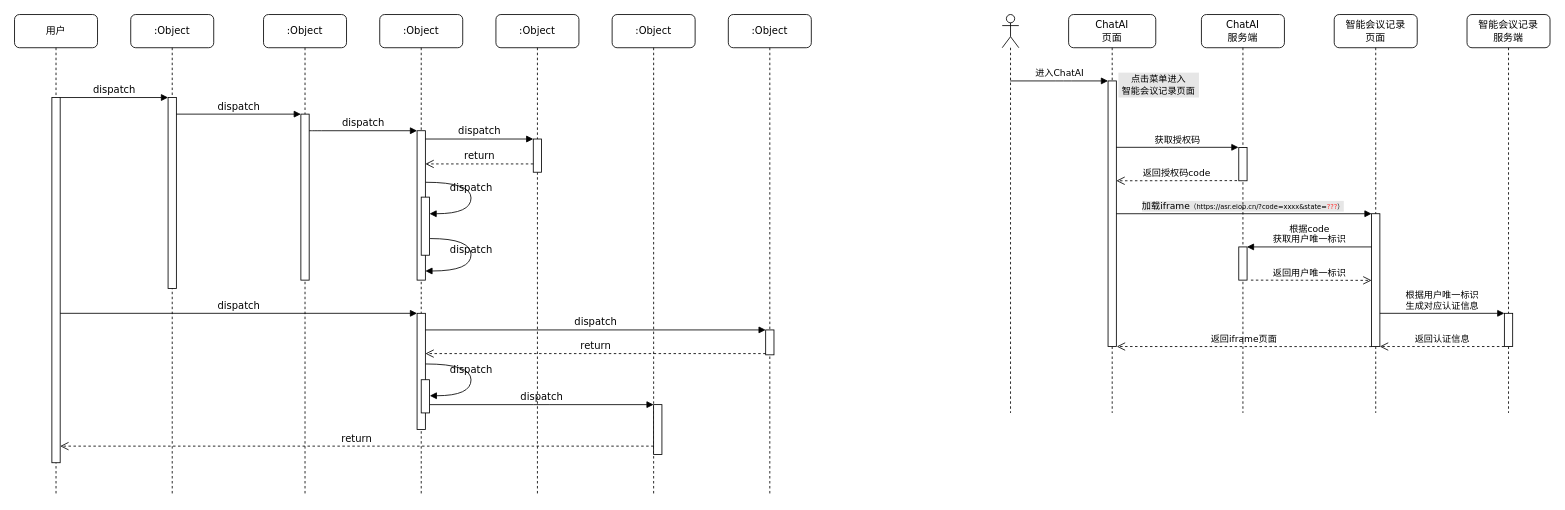
The draw.io diagram 单点登录策略.drawio in Qunz/drawio, before the edit. Source tidied: cells renumbered, new cells numbered last; positions are measured from the earlier drawing's top-left corner, leaving out a move shared by most shapes. Both pictures are drawn from the tidied source at 83%, with x=0, y=0 at pixel (14, 14).
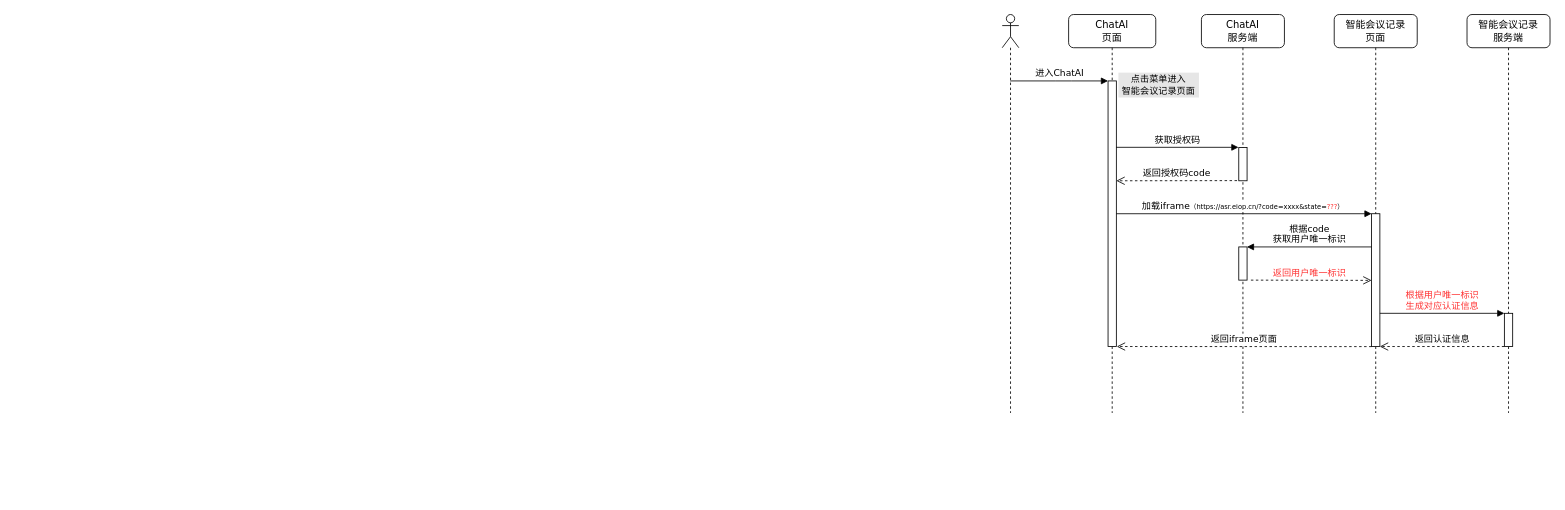
The same page after the edit.

Commit message (it also covers changes not shown here):
更新单点登录策略.drawio

Unchanged cells that the change refers to:
```xml
<mxCell id="32" value="ChatAI&lt;br&gt;页面" style="shape=umlLifeline;perimeter=lifelinePerimeter;whiteSpace=wrap;html=1;rounded=1;shadow=0;comic=0;labelBackgroundColor=none;strokeWidth=1;fontFamily=Verdana;fontSize=12;align=center;" parent="1" vertex="1">
  <mxGeometry x="1270" width="105" height="480" as="geometry" />
</mxCell>
<mxCell id="41" value="&lt;span style=&quot;text-wrap-mode: nowrap;&quot;&gt;智能会议记录&lt;/span&gt;&lt;div&gt;&lt;span style=&quot;text-wrap-mode: nowrap;&quot;&gt;页面&lt;/span&gt;&lt;/div&gt;" style="shape=umlLifeline;perimeter=lifelinePerimeter;whiteSpace=wrap;html=1;rounded=1;shadow=0;comic=0;labelBackgroundColor=none;strokeWidth=1;fontFamily=Verdana;fontSize=12;align=center;" parent="1" vertex="1">
  <mxGeometry x="1590" width="100" height="480" as="geometry" />
</mxCell>
<mxCell id="42" style="html=1;points=[];perimeter=orthogonalPerimeter;rounded=0;shadow=0;comic=0;labelBackgroundColor=none;strokeColor=#000000;strokeWidth=1;fillColor=#FFFFFF;fontFamily=Verdana;fontSize=11;fontColor=#000000;align=center;" parent="41" vertex="1">
  <mxGeometry x="45" y="240" width="10" height="160" as="geometry" />
</mxCell>
<mxCell id="48" value="&lt;span style=&quot;text-wrap-mode: nowrap;&quot;&gt;智能会议记录&lt;/span&gt;&lt;div&gt;&lt;span style=&quot;text-wrap-mode: nowrap;&quot;&gt;服务端&lt;/span&gt;&lt;/div&gt;" style="shape=umlLifeline;perimeter=lifelinePerimeter;whiteSpace=wrap;html=1;rounded=1;shadow=0;comic=0;labelBackgroundColor=none;strokeWidth=1;fontFamily=Verdana;fontSize=12;align=center;" parent="1" vertex="1">
  <mxGeometry x="1750" width="100" height="480" as="geometry" />
</mxCell>
<mxCell id="50" style="html=1;points=[];perimeter=orthogonalPerimeter;rounded=0;shadow=0;comic=0;labelBackgroundColor=none;strokeColor=#000000;strokeWidth=1;fillColor=#FFFFFF;fontFamily=Verdana;fontSize=11;fontColor=#000000;align=center;" parent="48" vertex="1">
  <mxGeometry x="45" y="360" width="10" height="40" as="geometry" />
</mxCell>
```

What changed in the source:
```diff
@@
-    <mxCell id="2" value=":Object" style="shape=umlLifeline;perimeter=lifelinePerimeter;whiteSpace=wrap;html=1;rounded=1;shadow=0;comic=0;labelBackgroundColor=none;strokeWidth=1;fontFamily=Verdana;fontSize=12;align=center;" parent="1" vertex="1">
-      <mxGeometry x="140" width="100" height="580" as="geometry" />
-    </mxCell>
-    <mxCell id="3" style="html=1;points=[];perimeter=orthogonalPerimeter;rounded=0;shadow=0;comic=0;labelBackgroundColor=none;strokeWidth=1;fontFamily=Verdana;fontSize=12;align=center;" parent="2" vertex="1">
-      <mxGeometry x="45" y="100" width="10" height="230" as="geometry" />
-    </mxCell>
-    <mxCell id="4" value=":Object" style="shape=umlLifeline;perimeter=lifelinePerimeter;whiteSpace=wrap;html=1;rounded=1;shadow=0;comic=0;labelBackgroundColor=none;strokeWidth=1;fontFamily=Verdana;fontSize=12;align=center;" parent="1" vertex="1">
-      <mxGeometry x="300" width="100" height="580" as="geometry" />
-    </mxCell>
-    <mxCell id="5" style="html=1;points=[];perimeter=orthogonalPerimeter;rounded=0;shadow=0;comic=0;labelBackgroundColor=none;strokeWidth=1;fontFamily=Verdana;fontSize=12;align=center;" parent="4" vertex="1">
-      <mxGeometry x="45" y="120" width="10" height="200" as="geometry" />
-    </mxCell>
-    <mxCell id="6" value=":Object" style="shape=umlLifeline;perimeter=lifelinePerimeter;whiteSpace=wrap;html=1;rounded=1;shadow=0;comic=0;labelBackgroundColor=none;strokeWidth=1;fontFamily=Verdana;fontSize=12;align=center;" parent="1" vertex="1">
-      <mxGeometry x="440" width="100" height="580" as="geometry" />
-    </mxCell>
-    <mxCell id="7" value=":Object" style="shape=umlLifeline;perimeter=lifelinePerimeter;whiteSpace=wrap;html=1;rounded=1;shadow=0;comic=0;labelBackgroundColor=none;strokeWidth=1;fontFamily=Verdana;fontSize=12;align=center;" parent="1" vertex="1">
-      <mxGeometry x="580" width="100" height="580" as="geometry" />
-    </mxCell>
-    <mxCell id="8" value=":Object" style="shape=umlLifeline;perimeter=lifelinePerimeter;whiteSpace=wrap;html=1;rounded=1;shadow=0;comic=0;labelBackgroundColor=none;strokeWidth=1;fontFamily=Verdana;fontSize=12;align=center;" parent="1" vertex="1">
-      <mxGeometry x="720" width="100" height="580" as="geometry" />
-    </mxCell>
-    <mxCell id="9" value=":Object" style="shape=umlLifeline;perimeter=lifelinePerimeter;whiteSpace=wrap;html=1;rounded=1;shadow=0;comic=0;labelBackgroundColor=none;strokeWidth=1;fontFamily=Verdana;fontSize=12;align=center;" parent="1" vertex="1">
-      <mxGeometry x="860" width="100" height="580" as="geometry" />
-    </mxCell>
-    <mxCell id="10" value="用户" style="shape=umlLifeline;perimeter=lifelinePerimeter;whiteSpace=wrap;html=1;rounded=1;shadow=0;comic=0;labelBackgroundColor=none;strokeWidth=1;fontFamily=Verdana;fontSize=12;align=center;" parent="1" vertex="1">
-      <mxGeometry width="100" height="580" as="geometry" />
-    </mxCell>
-    <mxCell id="11" style="html=1;points=[];perimeter=orthogonalPerimeter;rounded=0;shadow=0;comic=0;labelBackgroundColor=none;strokeWidth=1;fontFamily=Verdana;fontSize=12;align=center;" parent="10" vertex="1">
-      <mxGeometry x="45" y="100" width="10" height="440" as="geometry" />
-    </mxCell>
-    <mxCell id="12" style="html=1;points=[];perimeter=orthogonalPerimeter;rounded=0;shadow=0;comic=0;labelBackgroundColor=none;strokeWidth=1;fontFamily=Verdana;fontSize=12;align=center;" parent="1" vertex="1">
-      <mxGeometry x="485" y="140" width="10" height="180" as="geometry" />
-    </mxCell>
-    <mxCell id="13" value="dispatch" style="html=1;verticalAlign=bottom;endArrow=block;labelBackgroundColor=none;fontFamily=Verdana;fontSize=12;edgeStyle=elbowEdgeStyle;elbow=vertical;" parent="1" edge="1" source="5" target="12">
-      <mxGeometry relative="1" as="geometry">
-        <Array as="points">
-          <mxPoint x="360" y="140" />
-        </Array>
-      </mxGeometry>
-    </mxCell>
-    <mxCell id="14" style="html=1;points=[];perimeter=orthogonalPerimeter;rounded=0;shadow=0;comic=0;labelBackgroundColor=none;strokeWidth=1;fontFamily=Verdana;fontSize=12;align=center;" parent="1" vertex="1">
-      <mxGeometry x="625" y="150" width="10" height="40" as="geometry" />
-    </mxCell>
-    <mxCell id="15" value="dispatch" style="html=1;verticalAlign=bottom;endArrow=block;entryX=0;entryY=0;labelBackgroundColor=none;fontFamily=Verdana;fontSize=12;edgeStyle=elbowEdgeStyle;elbow=vertical;" parent="1" edge="1" source="12" target="14">
-      <mxGeometry relative="1" as="geometry" />
-    </mxCell>
-    <mxCell id="16" value="return" style="html=1;verticalAlign=bottom;endArrow=open;dashed=1;endSize=8;labelBackgroundColor=none;fontFamily=Verdana;fontSize=12;edgeStyle=elbowEdgeStyle;elbow=vertical;" parent="1" edge="1" source="14" target="12">
-      <mxGeometry relative="1" as="geometry">
-        <Array as="points">
-          <mxPoint x="570" y="180" />
-          <mxPoint x="600" y="180" />
-        </Array>
-      </mxGeometry>
-    </mxCell>
-    <mxCell id="17" style="html=1;points=[];perimeter=orthogonalPerimeter;rounded=0;shadow=0;comic=0;labelBackgroundColor=none;strokeWidth=1;fontFamily=Verdana;fontSize=12;align=center;" parent="1" vertex="1">
-      <mxGeometry x="485" y="360" width="10" height="140" as="geometry" />
-    </mxCell>
-    <mxCell id="18" value="dispatch" style="html=1;verticalAlign=bottom;endArrow=block;entryX=0;entryY=0;labelBackgroundColor=none;fontFamily=Verdana;fontSize=12;" parent="1" edge="1" source="11" target="17">
-      <mxGeometry relative="1" as="geometry" />
-    </mxCell>
-    <mxCell id="19" style="html=1;points=[];perimeter=orthogonalPerimeter;rounded=0;shadow=0;comic=0;labelBackgroundColor=none;strokeColor=#000000;strokeWidth=1;fillColor=#FFFFFF;fontFamily=Verdana;fontSize=12;fontColor=#000000;align=center;" parent="1" vertex="1">
-      <mxGeometry x="905" y="380" width="10" height="30" as="geometry" />
-    </mxCell>
-    <mxCell id="20" value="dispatch" style="html=1;verticalAlign=bottom;endArrow=block;entryX=0;entryY=0;labelBackgroundColor=none;fontFamily=Verdana;fontSize=12;" parent="1" edge="1" source="17" target="19">
-      <mxGeometry relative="1" as="geometry" />
-    </mxCell>
-    <mxCell id="21" value="return" style="html=1;verticalAlign=bottom;endArrow=open;dashed=1;endSize=8;exitX=0;exitY=0.95;labelBackgroundColor=none;fontFamily=Verdana;fontSize=12;" parent="1" edge="1" source="19" target="17">
-      <mxGeometry relative="1" as="geometry" />
-    </mxCell>
-    <mxCell id="22" style="html=1;points=[];perimeter=orthogonalPerimeter;rounded=0;shadow=0;comic=0;labelBackgroundColor=none;strokeWidth=1;fontFamily=Verdana;fontSize=12;align=center;" parent="1" vertex="1">
-      <mxGeometry x="770" y="470" width="10" height="60" as="geometry" />
-    </mxCell>
-    <mxCell id="23" value="dispatch" style="html=1;verticalAlign=bottom;endArrow=block;entryX=0;entryY=0;labelBackgroundColor=none;fontFamily=Verdana;fontSize=12;edgeStyle=elbowEdgeStyle;elbow=vertical;" parent="1" edge="1" source="30" target="22">
-      <mxGeometry relative="1" as="geometry" />
-    </mxCell>
-    <mxCell id="24" value="return" style="html=1;verticalAlign=bottom;endArrow=open;dashed=1;endSize=8;labelBackgroundColor=none;fontFamily=Verdana;fontSize=12;edgeStyle=elbowEdgeStyle;elbow=vertical;" parent="1" edge="1" source="22" target="11">
-      <mxGeometry relative="1" as="geometry">
-        <Array as="points">
-          <mxPoint x="470" y="520" />
-        </Array>
-      </mxGeometry>
-    </mxCell>
-    <mxCell id="25" value="dispatch" style="html=1;verticalAlign=bottom;endArrow=block;entryX=0;entryY=0;labelBackgroundColor=none;fontFamily=Verdana;fontSize=12;edgeStyle=elbowEdgeStyle;elbow=vertical;" parent="1" edge="1" source="11" target="3">
-      <mxGeometry relative="1" as="geometry" />
-    </mxCell>
-    <mxCell id="26" value="dispatch" style="html=1;verticalAlign=bottom;endArrow=block;entryX=0;entryY=0;labelBackgroundColor=none;fontFamily=Verdana;fontSize=12;edgeStyle=elbowEdgeStyle;elbow=vertical;" parent="1" edge="1" source="3" target="5">
-      <mxGeometry relative="1" as="geometry" />
-    </mxCell>
-    <mxCell id="27" style="html=1;points=[];perimeter=orthogonalPerimeter;rounded=0;shadow=0;comic=0;labelBackgroundColor=none;strokeWidth=1;fontFamily=Verdana;fontSize=12;align=center;" parent="1" vertex="1">
-      <mxGeometry x="490" y="220" width="10" height="70" as="geometry" />
-    </mxCell>
-    <mxCell id="28" value="dispatch" style="html=1;verticalAlign=bottom;endArrow=block;labelBackgroundColor=none;fontFamily=Verdana;fontSize=12;elbow=vertical;edgeStyle=orthogonalEdgeStyle;curved=1;entryX=1;entryY=0.286;entryPerimeter=0;exitX=1.038;exitY=0.345;exitPerimeter=0;" parent="1" edge="1" source="12" target="27">
-      <mxGeometry relative="1" as="geometry">
-        <Array as="points">
-          <mxPoint x="550" y="202" />
-          <mxPoint x="550" y="240" />
-        </Array>
-      </mxGeometry>
-    </mxCell>
-    <mxCell id="29" value="dispatch" style="html=1;verticalAlign=bottom;endArrow=block;labelBackgroundColor=none;fontFamily=Verdana;fontSize=12;elbow=vertical;edgeStyle=orthogonalEdgeStyle;curved=1;exitX=1.066;exitY=0.713;exitPerimeter=0;" parent="1" edge="1" source="27">
-      <mxGeometry relative="1" as="geometry">
-        <mxPoint x="495" y="309" as="targetPoint" />
-        <Array as="points">
-          <mxPoint x="550" y="270" />
-          <mxPoint x="550" y="309" />
-        </Array>
-      </mxGeometry>
-    </mxCell>
-    <mxCell id="30" style="html=1;points=[];perimeter=orthogonalPerimeter;rounded=0;shadow=0;comic=0;labelBackgroundColor=none;strokeWidth=1;fontFamily=Verdana;fontSize=12;align=center;" parent="1" vertex="1">
-      <mxGeometry x="490" y="440" width="10" height="40" as="geometry" />
-    </mxCell>
-    <mxCell id="31" value="dispatch" style="html=1;verticalAlign=bottom;endArrow=block;labelBackgroundColor=none;fontFamily=Verdana;fontSize=12;elbow=vertical;edgeStyle=orthogonalEdgeStyle;curved=1;entryX=1;entryY=0.286;entryPerimeter=0;exitX=1.038;exitY=0.345;exitPerimeter=0;" parent="1" edge="1">
-      <mxGeometry relative="1" as="geometry">
-        <mxPoint x="495.3" y="421" as="sourcePoint" />
-        <mxPoint x="500.3" y="459.3" as="targetPoint" />
-        <Array as="points">
-          <mxPoint x="550" y="421" />
-          <mxPoint x="550" y="459" />
-        </Array>
-      </mxGeometry>
-    </mxCell>
+    <mxCell id="37" value="ChatAI&lt;br&gt;&lt;div&gt;服务端&lt;/div&gt;" style="shape=umlLifeline;perimeter=lifelinePerimeter;whiteSpace=wrap;html=1;rounded=1;shadow=0;comic=0;labelBackgroundColor=none;strokeWidth=1;fontFamily=Verdana;fontSize=12;align=center;" parent="1" vertex="1">
+      <mxGeometry x="1430" width="100" height="480" as="geometry" />
+    </mxCell>
+    <mxCell id="38" style="html=1;points=[];perimeter=orthogonalPerimeter;rounded=0;shadow=0;comic=0;labelBackgroundColor=none;strokeColor=#000000;strokeWidth=1;fillColor=#FFFFFF;fontFamily=Verdana;fontSize=11;fontColor=#000000;align=center;" parent="37" vertex="1">
+      <mxGeometry x="45" y="160.3" width="10" height="40" as="geometry" />
+    </mxCell>
+    <mxCell id="39" style="html=1;points=[];perimeter=orthogonalPerimeter;rounded=0;shadow=0;comic=0;labelBackgroundColor=none;strokeColor=#000000;strokeWidth=1;fillColor=#FFFFFF;fontFamily=Verdana;fontSize=11;fontColor=#000000;align=center;" parent="37" vertex="1">
+      <mxGeometry x="45" y="280" width="10" height="40" as="geometry" />
+    </mxCell>
@@
-    <mxCell id="35" value="&lt;span style=&quot;&quot;&gt;加载iframe&lt;span style=&quot;font-size: 8px;&quot;&gt;（https://asr.eiop.cn/?code=xxxx&lt;/span&gt;&lt;span style=&quot;font-size: 8px;&quot;&gt;&amp;amp;state=&lt;/span&gt;&lt;font color=&quot;#ff3333&quot; style=&quot;font-size: 8px;&quot;&gt;???&lt;/font&gt;&lt;span style=&quot;font-size: 8px;&quot;&gt;）&lt;/span&gt;&lt;/span&gt;" style="html=1;verticalAlign=bottom;endArrow=block;labelBackgroundColor=#E6E6E6;fontFamily=Verdana;fontSize=11;edgeStyle=elbowEdgeStyle;elbow=vertical;entryX=0;entryY=0.001;entryDx=0;entryDy=0;entryPerimeter=0;labelBorderColor=none;" parent="32" edge="1" target="42">
+    <mxCell id="35" value="&lt;span style=&quot;&quot;&gt;加载iframe&lt;span style=&quot;font-size: 8px;&quot;&gt;（https://asr.eiop.cn/?code=xxxx&lt;/span&gt;&lt;span style=&quot;font-size: 8px;&quot;&gt;&amp;amp;state=&lt;/span&gt;&lt;font style=&quot;font-size: 8px;&quot; color=&quot;#ff3333&quot;&gt;???&lt;/font&gt;&lt;span style=&quot;font-size: 8px;&quot;&gt;）&lt;/span&gt;&lt;/span&gt;" style="html=1;verticalAlign=bottom;endArrow=block;labelBackgroundColor=#FFFFFF;fontFamily=Verdana;fontSize=11;edgeStyle=elbowEdgeStyle;elbow=vertical;entryX=0;entryY=0.001;entryDx=0;entryDy=0;entryPerimeter=0;labelBorderColor=none;" parent="32" edge="1" target="42">
       <mxGeometry x="-0.01" relative="1" as="geometry">
         <mxPoint x="57.5" y="240" as="sourcePoint" />
       </mxGeometry>
     </mxCell>
@@
-    <mxCell id="37" value="ChatAI&lt;br&gt;&lt;div&gt;服务端&lt;/div&gt;" style="shape=umlLifeline;perimeter=lifelinePerimeter;whiteSpace=wrap;html=1;rounded=1;shadow=0;comic=0;labelBackgroundColor=none;strokeWidth=1;fontFamily=Verdana;fontSize=12;align=center;" parent="1" vertex="1">
-      <mxGeometry x="1430" width="100" height="480" as="geometry" />
-    </mxCell>
-    <mxCell id="38" style="html=1;points=[];perimeter=orthogonalPerimeter;rounded=0;shadow=0;comic=0;labelBackgroundColor=none;strokeColor=#000000;strokeWidth=1;fillColor=#FFFFFF;fontFamily=Verdana;fontSize=11;fontColor=#000000;align=center;" parent="37" vertex="1">
-      <mxGeometry x="45" y="160.3" width="10" height="40" as="geometry" />
-    </mxCell>
-    <mxCell id="39" style="html=1;points=[];perimeter=orthogonalPerimeter;rounded=0;shadow=0;comic=0;labelBackgroundColor=none;strokeColor=#000000;strokeWidth=1;fillColor=#FFFFFF;fontFamily=Verdana;fontSize=11;fontColor=#000000;align=center;" parent="37" vertex="1">
-      <mxGeometry x="45" y="280" width="10" height="40" as="geometry" />
-    </mxCell>
@@
-    <mxCell id="43" value="返回用户唯一标识" style="html=1;verticalAlign=bottom;endArrow=open;dashed=1;endSize=8;labelBackgroundColor=none;fontFamily=Verdana;fontSize=11;edgeStyle=elbowEdgeStyle;elbow=vertical;exitX=0.038;exitY=0.995;exitDx=0;exitDy=0;exitPerimeter=0;" parent="41" edge="1">
+    <mxCell id="43" value="&lt;font color=&quot;#ff3333&quot;&gt;返回用户唯一标识&lt;/font&gt;" style="html=1;verticalAlign=bottom;endArrow=open;dashed=1;endSize=8;labelBackgroundColor=none;fontFamily=Verdana;fontSize=11;edgeStyle=elbowEdgeStyle;elbow=vertical;exitX=0.038;exitY=0.995;exitDx=0;exitDy=0;exitPerimeter=0;" parent="41" edge="1">
       <mxGeometry x="-0.03" relative="1" as="geometry">
         <mxPoint x="-100.4" y="320" as="sourcePoint" />
         <mxPoint x="45" y="320.1" as="targetPoint" />
         <Array as="points">
           <mxPoint x="14.6" y="320.3" />
           <mxPoint x="39.6" y="320.3" />
         </Array>
       </mxGeometry>
     </mxCell>
@@
-    <mxCell id="45" value="返回iframe页面" style="html=1;verticalAlign=bottom;endArrow=open;dashed=1;endSize=8;labelBackgroundColor=none;fontFamily=Verdana;fontSize=11;elbow=vertical;exitX=0.038;exitY=0.995;exitDx=0;exitDy=0;exitPerimeter=0;" parent="41" edge="1">
+    <mxCell id="45" value="返回iframe页面" style="html=1;verticalAlign=bottom;endArrow=open;dashed=1;endSize=8;labelBackgroundColor=default;fontFamily=Verdana;fontSize=11;elbow=vertical;exitX=0.038;exitY=0.995;exitDx=0;exitDy=0;exitPerimeter=0;" parent="41" edge="1">
       <mxGeometry relative="1" as="geometry">
         <mxPoint x="45" y="400.1" as="sourcePoint" />
         <mxPoint x="-262" y="400" as="targetPoint" />
       </mxGeometry>
     </mxCell>
@@
-    <mxCell id="49" value="根据用户唯一标识&lt;br&gt;生成对应认证信息" style="html=1;verticalAlign=bottom;endArrow=block;labelBackgroundColor=none;fontFamily=Verdana;fontSize=11;edgeStyle=elbowEdgeStyle;elbow=vertical;entryX=0.001;entryY=0.013;entryDx=0;entryDy=0;entryPerimeter=0;exitX=0.983;exitY=0.285;exitDx=0;exitDy=0;exitPerimeter=0;" parent="48" edge="1" target="50">
+    <mxCell id="49" value="&lt;font color=&quot;#ff3333&quot;&gt;根据用户唯一标识&lt;br&gt;生成对应认证信息&lt;/font&gt;" style="html=1;verticalAlign=bottom;endArrow=block;labelBackgroundColor=none;fontFamily=Verdana;fontSize=11;edgeStyle=elbowEdgeStyle;elbow=vertical;entryX=0.001;entryY=0.013;entryDx=0;entryDy=0;entryPerimeter=0;exitX=0.983;exitY=0.285;exitDx=0;exitDy=0;exitPerimeter=0;" parent="48" edge="1" target="50">
       <mxGeometry relative="1" as="geometry">
         <mxPoint x="-105" y="360" as="sourcePoint" />
         <Array as="points">
           <mxPoint x="-30" y="360" />
         </Array>
       </mxGeometry>
     </mxCell>
```
